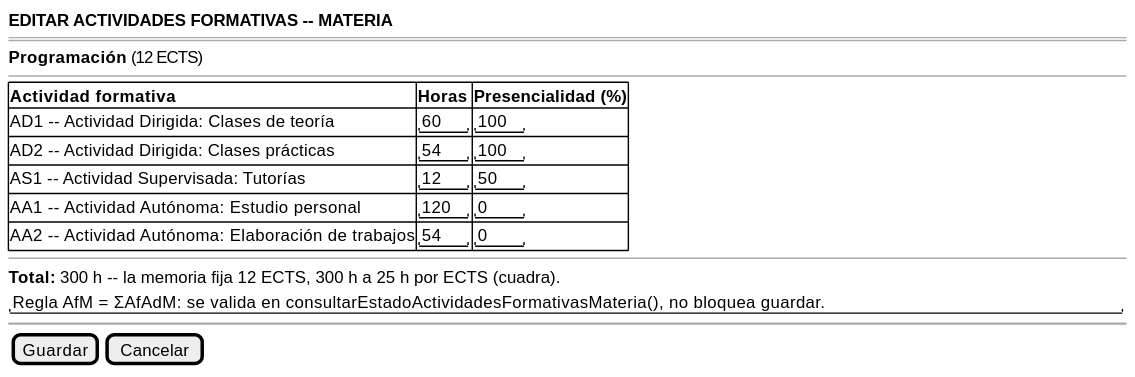
Earlier version of the PlantUML export images/RUP/01-requisitos/03-detalle-casos-uso/editarActividadesFormativasMateria/wireframe.svg (mmasias/pyCeldaPublico).
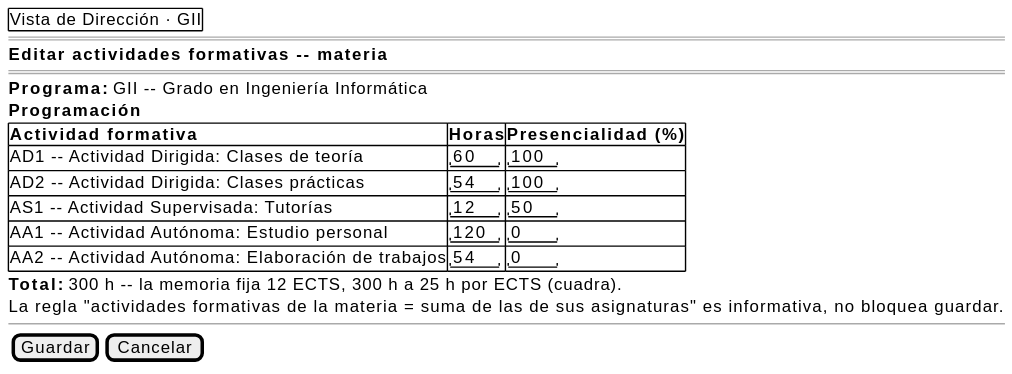
After the commit.

What changed in the source:
```diff
@@ -1,21 +1,22 @@
 @startsalt editarActividadesFormativasMateria-wireframe
 {
-    <b>EDITAR ACTIVIDADES FORMATIVAS -- MATERIA</b>
+    {+ Vista de Dirección · GII }
     ====
-    <b>Programación</b> (12 ECTS)
+    <b>Editar actividades formativas -- materia</b>
+    ====
+    <b>Programa:</b> GII -- Grado en Ingeniería Informática
+    <b>Programación</b>
+    {#
+        <b>Actividad formativa | <b>Horas | <b>Presencialidad (%)
+        AD1 -- Actividad Dirigida: Clases de teoría | "60  " | "100 "
+        AD2 -- Actividad Dirigida: Clases prácticas | "54  " | "100 "
+        AS1 -- Actividad Supervisada: Tutorías | "12  " | "50  "
+        AA1 -- Actividad Autónoma: Estudio personal | "120 " | "0   "
+        AA2 -- Actividad Autónoma: Elaboración de trabajos | "54  " | "0   "
+    }
+    <b>Total:</b> 300 h -- la memoria fija 12 ECTS, 300 h a 25 h por ECTS (cuadra).
+    La regla "actividades formativas de la materia = suma de las de sus asignaturas" es informativa, no bloquea guardar.
     --
-    {#
-        <b>Actividad formativa</b>                          | <b>Horas</b> | <b>Presencialidad (%)</b>
-        AD1 -- Actividad Dirigida: Clases de teoría          | "60  "       | "100 "
-        AD2 -- Actividad Dirigida: Clases prácticas          | "54  "       | "100 "
-        AS1 -- Actividad Supervisada: Tutorías               | "12  "       | "50  "
-        AA1 -- Actividad Autónoma: Estudio personal          | "120 "       | "0   "
-        AA2 -- Actividad Autónoma: Elaboración de trabajos   | "54  "       | "0   "
-    }
-    --
-    <b>Total:</b> 300 h -- la memoria fija 12 ECTS, 300 h a 25 h por ECTS (cuadra).
-    "Regla AfM = ΣAfAdM: se valida en consultarEstadoActividadesFormativasMateria(), no bloquea guardar."
-    ~~
     {[Guardar] | [Cancelar]}
 }
 @endsalt
```
